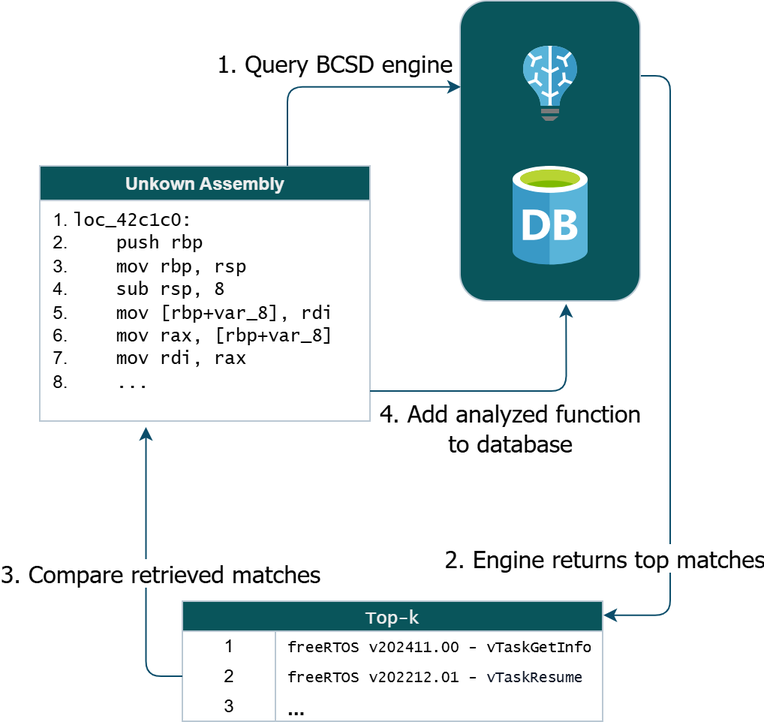
carloskiki/asm-feature-extraction keeps this draw.io diagram as paper/BCSD-schematic.png. Above is the earlier version. Source tidied: cells renumbered, new cells last; positions are measured from the earlier drawing's top-left corner, leaving out a move shared by most shapes.
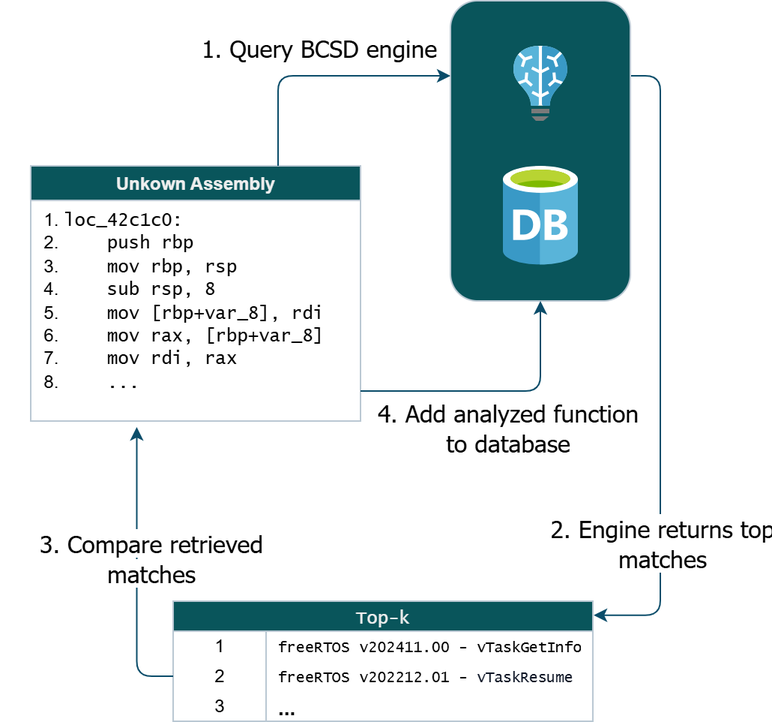
The same file after the commit.

The edit, as a diff of the source:
```diff
@@ -5,9 +5,9 @@
     <mxCell id="2" style="edgeStyle=orthogonalEdgeStyle;rounded=1;jettySize=auto;html=1;exitX=1;exitY=0.25;exitDx=0;exitDy=0;entryX=1.002;entryY=0.117;entryDx=0;entryDy=0;strokeColor=#0B4D6A;fontColor=default;entryPerimeter=0;curved=0;labelBackgroundColor=none;" parent="1" edge="1" source="4" target="8">
       <mxGeometry relative="1" as="geometry" />
     </mxCell>
-    <mxCell id="3" value="2. Engine returns top matches" style="edgeLabel;html=1;align=center;verticalAlign=middle;strokeColor=#BAC8D3;fontColor=#000000;fillColor=#09555B;fontSize=16;fontFamily=Tahoma;labelBackgroundColor=default;" parent="2" vertex="1">
+    <mxCell id="3" value="2. Engine returns top&lt;div&gt;matches&lt;/div&gt;" style="edgeLabel;html=1;align=center;verticalAlign=middle;strokeColor=#BAC8D3;fontColor=#000000;fillColor=#09555B;fontSize=16;fontFamily=Tahoma;labelBackgroundColor=default;" parent="2" vertex="1">
       <mxGeometry x="0.15" relative="1" as="geometry">
-        <mxPoint x="-45" y="96" as="offset" />
+        <mxPoint y="86" as="offset" />
       </mxGeometry>
     </mxCell>
     <mxCell id="4" style="rounded=1;whiteSpace=wrap;html=1;labelBackgroundColor=none;fillColor=#09555B;strokeColor=#BAC8D3;fontColor=#EEEEEE;" parent="1" vertex="1">
@@ -55,30 +55,30 @@
     <mxCell id="18" style="edgeStyle=orthogonalEdgeStyle;rounded=1;jettySize=auto;html=1;exitX=0;exitY=0.5;exitDx=0;exitDy=0;entryX=0.378;entryY=1.025;entryDx=0;entryDy=0;entryPerimeter=0;curved=0;labelBackgroundColor=none;strokeColor=#0B4D6A;fontColor=default;" parent="1" edge="1" source="12" target="6">
       <mxGeometry relative="1" as="geometry" />
     </mxCell>
-    <mxCell id="19" value="&lt;span style=&quot;font-family: Tahoma; font-size: 16px; background-color: rgb(255, 255, 255);&quot;&gt;3. Compare retrieved matches&lt;/span&gt;" style="edgeLabel;html=1;align=center;verticalAlign=middle;strokeColor=#BAC8D3;fontColor=#000000;fillColor=#09555B;labelBackgroundColor=none;" parent="18" vertex="1">
+    <mxCell id="19" value="&lt;span style=&quot;font-family: Tahoma; font-size: 16px; background-color: rgb(255, 255, 255);&quot;&gt;3. Compare retrieved&lt;/span&gt;&lt;div&gt;&lt;span style=&quot;font-family: Tahoma; font-size: 16px; background-color: rgb(255, 255, 255);&quot;&gt;matches&lt;/span&gt;&lt;/div&gt;" style="edgeLabel;html=1;align=center;verticalAlign=middle;strokeColor=#BAC8D3;fontColor=#000000;fillColor=#09555B;labelBackgroundColor=none;" parent="18" vertex="1">
       <mxGeometry x="0.09" y="-1" relative="1" as="geometry">
-        <mxPoint x="8" y="10" as="offset" />
+        <mxPoint x="8" as="offset" />
       </mxGeometry>
     </mxCell>
-    <mxCell id="20" style="edgeStyle=orthogonalEdgeStyle;rounded=1;jettySize=auto;html=1;curved=0;labelBackgroundColor=none;strokeColor=#0B4D6A;fontColor=default;entryX=0.589;entryY=1.01;entryDx=0;entryDy=0;entryPerimeter=0;" parent="1" edge="1" target="4">
+    <mxCell id="20" style="edgeStyle=orthogonalEdgeStyle;rounded=1;jettySize=auto;html=1;curved=0;labelBackgroundColor=none;strokeColor=#0B4D6A;fontColor=default;entryX=0.5;entryY=1;entryDx=0;entryDy=0;" parent="1" edge="1" target="4">
       <mxGeometry relative="1" as="geometry">
         <mxPoint x="240" y="260" as="sourcePoint" />
         <Array as="points">
-          <mxPoint x="371" y="260" />
+          <mxPoint x="360" y="260" />
         </Array>
       </mxGeometry>
     </mxCell>
     <mxCell id="21" value="4. Add analyzed function&lt;div&gt;to database&lt;/div&gt;" style="edgeLabel;html=1;align=center;verticalAlign=middle;fontSize=16;fontFamily=Tahoma;labelBackgroundColor=none;fontColor=#000000;" parent="20" vertex="1">
       <mxGeometry x="-0.46" y="-2" relative="1" as="geometry">
-        <mxPoint x="41" y="21" as="offset" />
+        <mxPoint x="48" y="21" as="offset" />
       </mxGeometry>
     </mxCell>
-    <mxCell id="22" style="edgeStyle=orthogonalEdgeStyle;rounded=1;jettySize=auto;html=1;exitX=0.75;exitY=0;exitDx=0;exitDy=0;entryX=0.004;entryY=0.287;entryDx=0;entryDy=0;entryPerimeter=0;strokeColor=#0B4D6A;fontColor=default;curved=0;labelBackgroundColor=none;" parent="1" edge="1" source="5" target="4">
+    <mxCell id="22" style="edgeStyle=orthogonalEdgeStyle;rounded=1;jettySize=auto;html=1;exitX=0.75;exitY=0;exitDx=0;exitDy=0;entryX=0;entryY=0.25;entryDx=0;entryDy=0;strokeColor=#0B4D6A;fontColor=default;curved=0;labelBackgroundColor=none;" parent="1" edge="1" source="5" target="4">
       <mxGeometry relative="1" as="geometry" />
     </mxCell>
     <mxCell id="23" value="&lt;div style=&quot;color: rgb(0, 0, 0);&quot;&gt;&lt;font style=&quot;background-color: rgb(255, 255, 255);&quot;&gt;1. Query BCSD engine&lt;/font&gt;&lt;/div&gt;" style="edgeLabel;html=1;align=center;verticalAlign=middle;strokeColor=#BAC8D3;fontColor=#EEEEEE;fillColor=#09555B;fontSize=16;fontFamily=Tahoma;labelBackgroundColor=none;" parent="22" vertex="1">
       <mxGeometry x="0.06" y="-1" relative="1" as="geometry">
-        <mxPoint x="-6" y="-18" as="offset" />
+        <mxPoint x="-7" y="-21" as="offset" />
       </mxGeometry>
     </mxCell>
     <mxCell id="24" style="image;sketch=0;html=1;align=center;fontSize=12;image=img/lib/mscae/Batch_AI.svg;strokeColor=#BAC8D3;fontColor=#EEEEEE;fillColor=#09555B;" parent="1" vertex="1">
```
